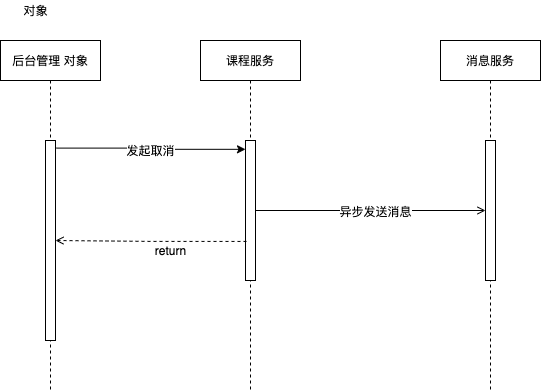
The draw.io diagram biz/cancel-class.png in sivanbil/architecthure-diagram, before a commit. Source tidied: cells renumbered, new cells last; positions are measured from the earlier drawing's top-left corner, leaving out a move shared by most shapes. Its diagram source:
```xml
<mxGraphModel>
  <root>
    <mxCell id="0" />
    <mxCell id="1" parent="0" />
    <mxCell id="2" value="后台管理 对象" style="shape=umlLifeline;perimeter=lifelinePerimeter;whiteSpace=wrap;html=1;" parent="1" vertex="1">
      <mxGeometry y="40" width="100" height="350" as="geometry" />
    </mxCell>
    <mxCell id="3" style="html=1;points=[];perimeter=orthogonalPerimeter;" parent="2" vertex="1">
      <mxGeometry x="45" y="100" width="10" height="200" as="geometry" />
    </mxCell>
    <mxCell id="4" value="课程服务" style="shape=umlLifeline;perimeter=lifelinePerimeter;whiteSpace=wrap;html=1;" parent="1" vertex="1">
      <mxGeometry x="200" y="40" width="100" height="350" as="geometry" />
    </mxCell>
    <mxCell id="5" style="html=1;points=[];perimeter=orthogonalPerimeter;" parent="4" vertex="1">
      <mxGeometry x="45" y="100" width="10" height="140" as="geometry" />
    </mxCell>
    <mxCell id="6" value="消息服务" style="shape=umlLifeline;perimeter=lifelinePerimeter;whiteSpace=wrap;html=1;" parent="1" vertex="1">
      <mxGeometry x="440" y="40" width="100" height="350" as="geometry" />
    </mxCell>
    <mxCell id="7" style="html=1;points=[];perimeter=orthogonalPerimeter;" parent="6" vertex="1">
      <mxGeometry x="45" y="100" width="10" height="140" as="geometry" />
    </mxCell>
    <mxCell id="8" style="edgeStyle=orthogonalEdgeStyle;rounded=0;jettySize=auto;html=1;entryX=0;entryY=0.063;entryDx=0;entryDy=0;entryPerimeter=0;exitX=1.1;exitY=0.038;exitDx=0;exitDy=0;exitPerimeter=0;" parent="1" edge="1" source="3" target="5">
      <mxGeometry relative="1" as="geometry" />
    </mxCell>
    <mxCell id="9" value="发起取消" style="edgeLabel;html=1;align=center;verticalAlign=middle;" parent="8" vertex="1">
      <mxGeometry x="-0.03" y="-2" relative="1" as="geometry" />
    </mxCell>
    <mxCell id="10" value="对象" style="text;html=1;align=center;verticalAlign=middle;strokeColor=none;" parent="1" vertex="1">
      <mxGeometry x="15" width="40" height="20" as="geometry" />
    </mxCell>
    <mxCell id="11" style="edgeStyle=orthogonalEdgeStyle;rounded=0;jettySize=auto;html=1;endArrow=open;endFill=0;" parent="1" edge="1" source="5" target="7">
      <mxGeometry relative="1" as="geometry" />
    </mxCell>
    <mxCell id="12" value="异步发送消息" style="edgeLabel;html=1;align=center;verticalAlign=middle;" parent="11" vertex="1">
      <mxGeometry x="0.03" relative="1" as="geometry" />
    </mxCell>
    <mxCell id="13" style="edgeStyle=orthogonalEdgeStyle;rounded=0;jettySize=auto;html=1;endArrow=open;endFill=0;exitX=0.1;exitY=0.721;exitDx=0;exitDy=0;exitPerimeter=0;dashed=1;" parent="1" edge="1" source="5" target="3">
      <mxGeometry relative="1" as="geometry" />
    </mxCell>
    <mxCell id="14" value="return" style="text;html=1;align=center;verticalAlign=middle;strokeColor=none;" parent="1" vertex="1">
      <mxGeometry x="145" y="240" width="50" height="20" as="geometry" />
    </mxCell>
  </root>
</mxGraphModel>
```
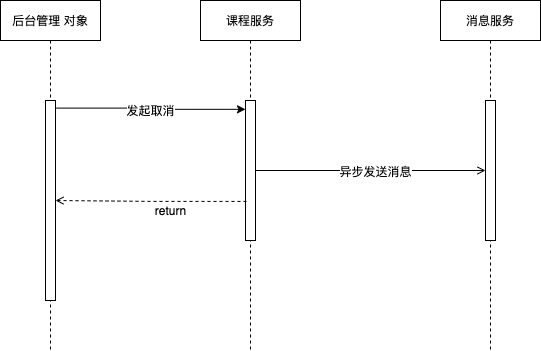
Later version of the same file.

What changed in the source:
```diff
@@ -26,9 +26,6 @@
     <mxCell id="9" value="发起取消" style="edgeLabel;html=1;align=center;verticalAlign=middle;" parent="8" vertex="1">
       <mxGeometry x="-0.03" y="-2" relative="1" as="geometry" />
     </mxCell>
-    <mxCell id="10" value="对象" style="text;html=1;align=center;verticalAlign=middle;strokeColor=none;" parent="1" vertex="1">
-      <mxGeometry x="15" width="40" height="20" as="geometry" />
-    </mxCell>
     <mxCell id="11" style="edgeStyle=orthogonalEdgeStyle;rounded=0;jettySize=auto;html=1;endArrow=open;endFill=0;" parent="1" edge="1" source="5" target="7">
       <mxGeometry relative="1" as="geometry" />
     </mxCell>
```
